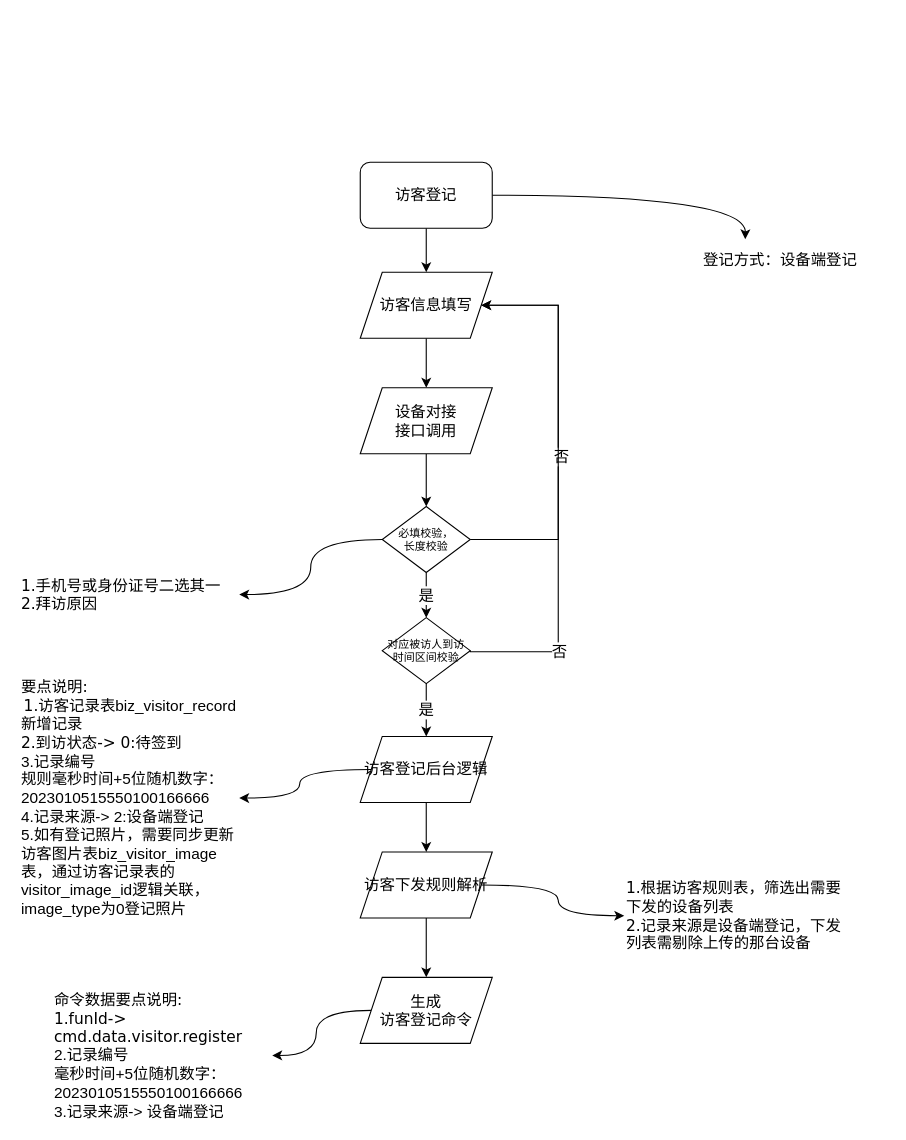
The draw.io diagram page "访客登记细化-设备端登记" (3 of 10) of 访客迭代3.7.1-平台和小程序和设备交互流程.drawio in chwnjianhui/draw.io, before the edit. Source tidied: cells renumbered, new cells numbered last; positions are measured from the earlier drawing's top-left corner, leaving out a move shared by most shapes. Both pictures are drawn from the tidied source at 110%, with x=0, y=0 at pixel (19, 162).
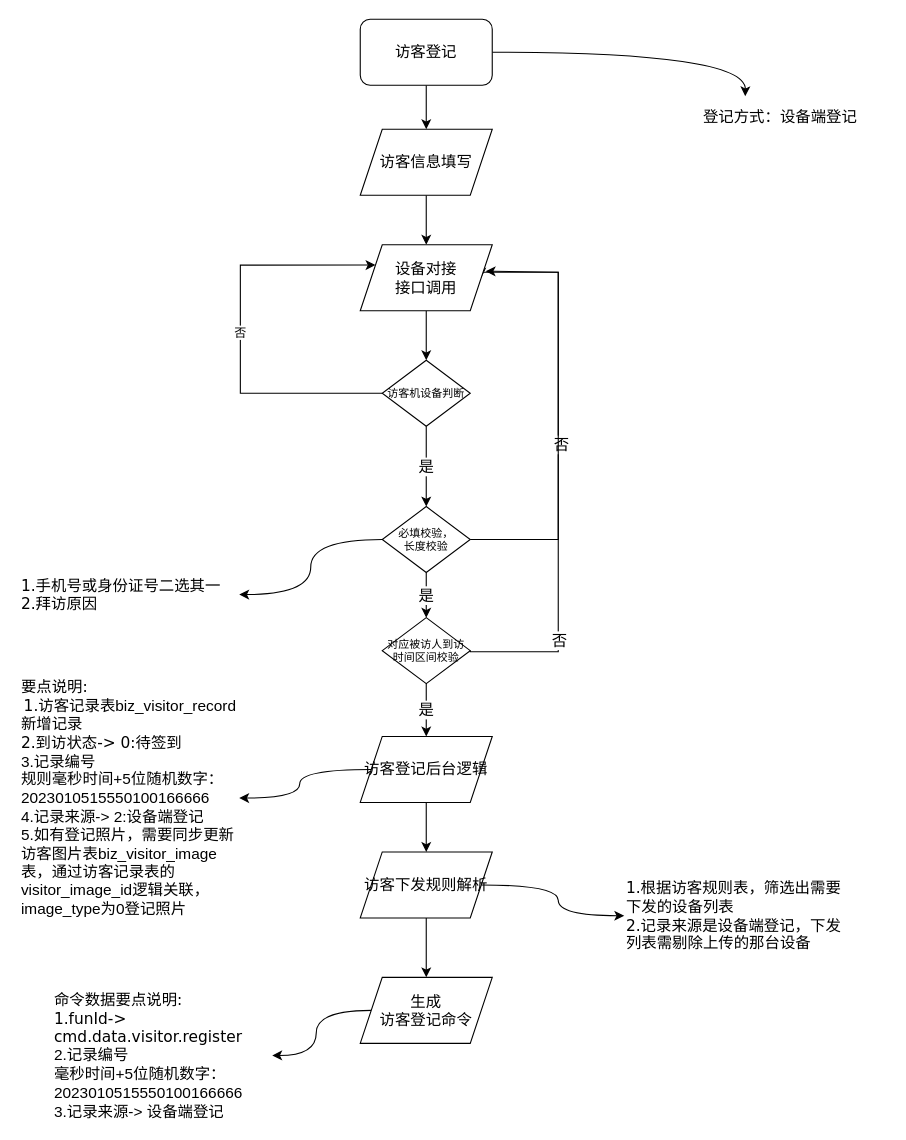
The same diagram, later.

The change refers to these unchanged cells:
```xml
<mxCell id="9" value="必填校验，&lt;br&gt;长度校验" style="rhombus;whiteSpace=wrap;html=1;rounded=0;shadow=0;labelBackgroundColor=none;strokeWidth=1;fontFamily=Verdana;fontSize=10;align=center;fillColor=#FFFFFF;" parent="1" vertex="1">
  <mxGeometry x="330" y="313" width="80" height="60" as="geometry" />
</mxCell>
<mxCell id="15" value="对应被访人到访时间区间校验" style="rhombus;whiteSpace=wrap;html=1;rounded=0;shadow=0;labelBackgroundColor=none;strokeWidth=1;fontFamily=Verdana;fontSize=10;align=center;fillColor=#FFFFFF;" parent="1" vertex="1">
  <mxGeometry x="330" y="414" width="80" height="60" as="geometry" />
</mxCell>
```

Change to the diagram source:
```diff
@@
     <mxCell id="3" style="edgeStyle=orthogonalEdgeStyle;curved=1;rounded=0;jettySize=auto;html=1;exitX=1;exitY=0.5;exitDx=0;exitDy=0;fontSize=14;" parent="1" edge="1" source="4">
       <mxGeometry relative="1" as="geometry">
-        <mxPoint x="660" y="70" as="targetPoint" />
+        <mxPoint x="660" y="-60" as="targetPoint" />
       </mxGeometry>
     </mxCell>
     <mxCell id="4" value="访客登记" style="rounded=1;whiteSpace=wrap;html=1;fontSize=14;fillColor=#FFFFFF;" parent="1" vertex="1">
-      <mxGeometry x="310" width="120" height="60" as="geometry" />
+      <mxGeometry x="310" y="-130" width="120" height="60" as="geometry" />
     </mxCell>
-    <mxCell id="5" style="edgeStyle=orthogonalEdgeStyle;rounded=0;jettySize=auto;html=1;fontSize=14;entryX=1;entryY=0.5;entryDx=0;entryDy=0;exitX=1;exitY=0.5;exitDx=0;exitDy=0;" parent="1" edge="1" source="9" target="11">
+    <mxCell id="5" style="edgeStyle=orthogonalEdgeStyle;rounded=0;jettySize=auto;html=1;fontSize=14;entryX=0.95;entryY=0.4;entryDx=0;entryDy=0;exitX=1;exitY=0.5;exitDx=0;exitDy=0;entryPerimeter=0;" parent="1" edge="1" source="9" target="29">
       <mxGeometry relative="1" as="geometry">
         <Array as="points">
           <mxPoint x="490" y="343" />
-          <mxPoint x="490" y="130" />
+          <mxPoint x="490" y="100" />
         </Array>
       </mxGeometry>
     </mxCell>
@@
     <mxCell id="11" value="访客信息填写" style="shape=parallelogram;perimeter=parallelogramPerimeter;whiteSpace=wrap;html=1;fixedSize=1;fontSize=14;fillColor=#FFFFFF;" parent="1" vertex="1">
-      <mxGeometry x="310" y="100" width="120" height="60" as="geometry" />
+      <mxGeometry x="310" y="-30" width="120" height="60" as="geometry" />
     </mxCell>
-    <mxCell id="12" style="edgeStyle=orthogonalEdgeStyle;rounded=0;jettySize=auto;html=1;exitX=1;exitY=0.5;exitDx=0;exitDy=0;fontSize=14;entryX=1;entryY=0.5;entryDx=0;entryDy=0;" parent="1" edge="1" source="15">
+    <mxCell id="12" style="edgeStyle=orthogonalEdgeStyle;rounded=0;jettySize=auto;html=1;exitX=1;exitY=0.5;exitDx=0;exitDy=0;fontSize=14;entryX=1;entryY=0.5;entryDx=0;entryDy=0;" parent="1" edge="1" source="15" target="29">
       <mxGeometry relative="1" as="geometry">
-        <mxPoint x="420" y="130" as="targetPoint" />
         <Array as="points">
           <mxPoint x="410" y="445" />
           <mxPoint x="490" y="445" />
-          <mxPoint x="490" y="130" />
+          <mxPoint x="490" y="100" />
+          <mxPoint x="420" y="100" />
         </Array>
       </mxGeometry>
     </mxCell>
@@
     <mxCell id="26" value="&lt;span style=&quot;font-family: Verdana; font-size: 14px;&quot;&gt;登记方式：设备端登记&lt;br style=&quot;font-size: 14px;&quot;&gt;&lt;/span&gt;" style="text;html=1;strokeColor=none;fillColor=none;align=left;verticalAlign=middle;whiteSpace=wrap;rounded=0;fontSize=14;" parent="1" vertex="1">
-      <mxGeometry x="620" y="69" width="170" height="40" as="geometry" />
+      <mxGeometry x="620" y="-61" width="170" height="40" as="geometry" />
     </mxCell>
@@
-    <mxCell id="28" style="edgeStyle=orthogonalEdgeStyle;curved=1;rounded=0;jettySize=auto;html=1;fontSize=14;" parent="1" edge="1" source="29" target="9">
+    <mxCell id="28" value="是" style="edgeStyle=orthogonalEdgeStyle;curved=1;rounded=0;jettySize=auto;html=1;fontSize=14;exitX=0.5;exitY=1;exitDx=0;exitDy=0;" parent="1" edge="1" source="33" target="9">
       <mxGeometry relative="1" as="geometry" />
     </mxCell>
+    <mxCell id="31" style="edgeStyle=orthogonalEdgeStyle;rounded=0;jettySize=auto;html=1;exitX=0.5;exitY=1;exitDx=0;exitDy=0;entryX=0.5;entryY=0;entryDx=0;entryDy=0;" parent="1" edge="1" source="29" target="33">
+      <mxGeometry relative="1" as="geometry" />
+    </mxCell>
     <mxCell id="29" value="设备对接&lt;br&gt;接口调用" style="shape=parallelogram;perimeter=parallelogramPerimeter;whiteSpace=wrap;html=1;fixedSize=1;fontSize=14;fillColor=#FFFFFF;" parent="1" vertex="1">
-      <mxGeometry x="310" y="205" width="120" height="60" as="geometry" />
+      <mxGeometry x="310" y="75" width="120" height="60" as="geometry" />
     </mxCell>
@@
+    <mxCell id="32" value="否" style="edgeStyle=orthogonalEdgeStyle;rounded=0;jettySize=auto;html=1;exitX=0;exitY=0.5;exitDx=0;exitDy=0;entryX=0;entryY=0.25;entryDx=0;entryDy=0;" parent="1" edge="1" source="33" target="29">
+      <mxGeometry relative="1" as="geometry">
+        <Array as="points">
+          <mxPoint x="201" y="210" />
+          <mxPoint x="201" y="94" />
+        </Array>
+      </mxGeometry>
+    </mxCell>
+    <mxCell id="33" value="访客机设备判断" style="rhombus;whiteSpace=wrap;html=1;rounded=0;shadow=0;labelBackgroundColor=none;strokeWidth=1;fontFamily=Verdana;fontSize=10;align=center;fillColor=#FFFFFF;" parent="1" vertex="1">
+      <mxGeometry x="330" y="180" width="80" height="60" as="geometry" />
+    </mxCell>
```
